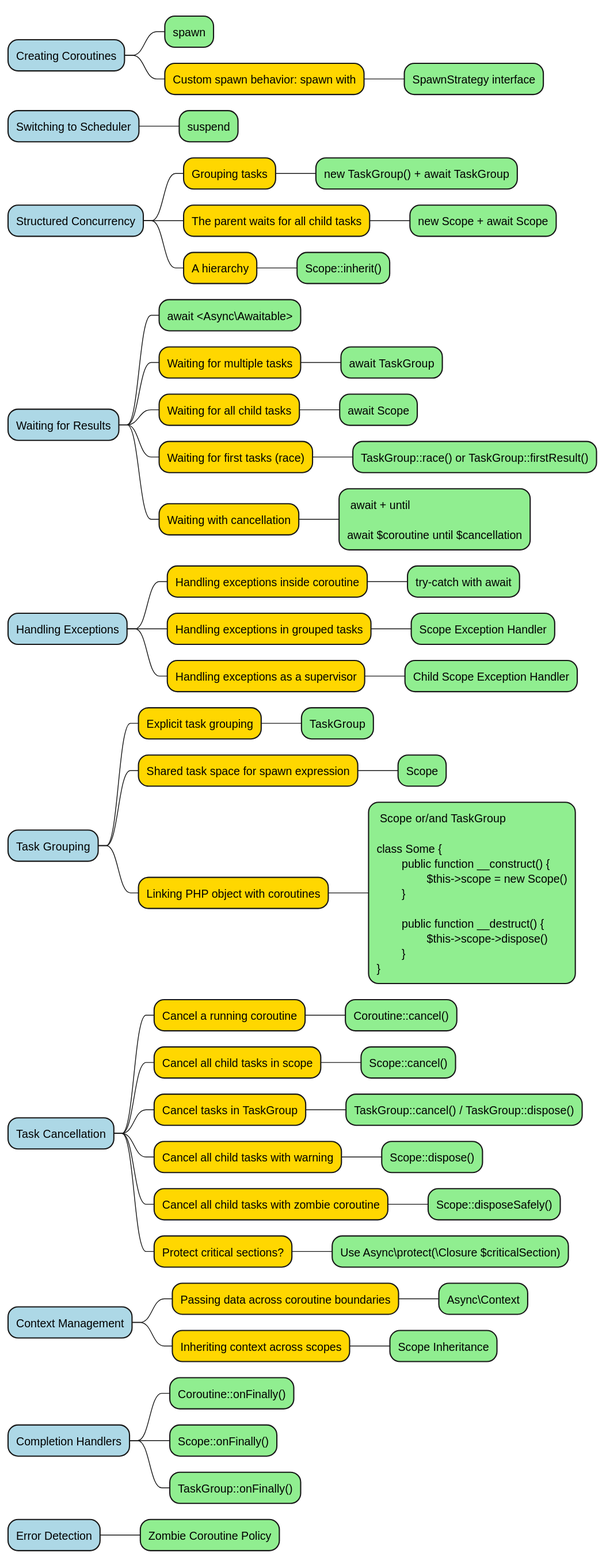
This is diagrams/mind-map.svg from true-async/php-true-async-rfc, a PlantUML export, as it was before one commit.
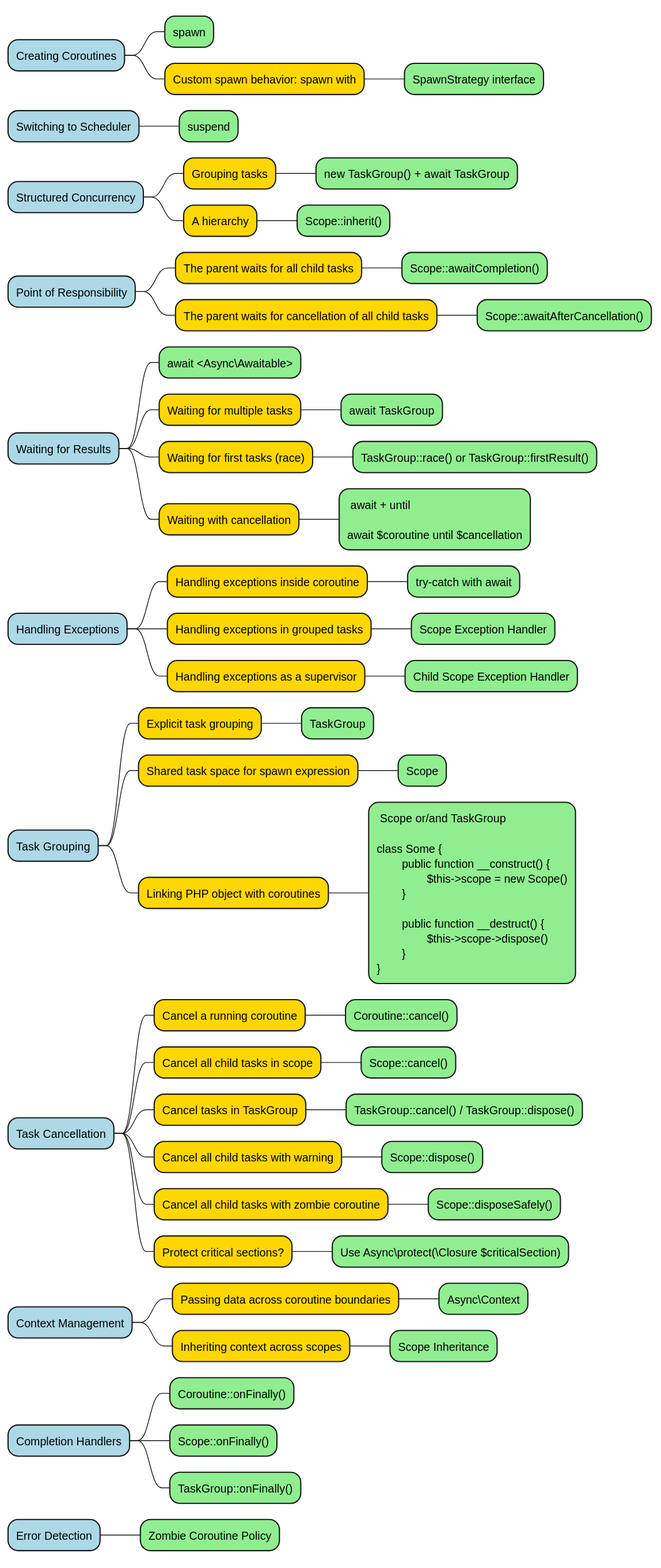
Above is the later version.

Commit message:
Update mind-map diagrams to reflect new task management features and responsibilities

What changed in the source:
```diff
@@ -9,16 +9,19 @@
 *[#lightblue] Structured Concurrency
 **[#FFD700] Grouping tasks
 ***[#lightgreen] new TaskGroup() + await TaskGroup
-**[#FFD700] The parent waits for all child tasks
-***[#lightgreen] new Scope + await Scope
 **[#FFD700] A hierarchy
 ***[#lightgreen] Scope::inherit()
+
+*[#lightblue] Point of Responsibility
+**[#FFD700] The parent waits for all child tasks
+***[#lightgreen] Scope::awaitCompletion()
+**[#FFD700] The parent waits for cancellation of all child tasks
+***[#lightgreen] Scope::awaitAfterCancellation()
+
 *[#lightblue] Waiting for Results
 **[#lightgreen] await <Async\Awaitable>
 **[#FFD700] Waiting for multiple tasks
 ***[#lightgreen] await TaskGroup
-**[#FFD700] Waiting for all child tasks
-***[#lightgreen] await Scope
 **[#FFD700] Waiting for first tasks (race)
 ***[#lightgreen] TaskGroup::race() or TaskGroup::firstResult()
 **[#FFD700] Waiting with cancellation
```
